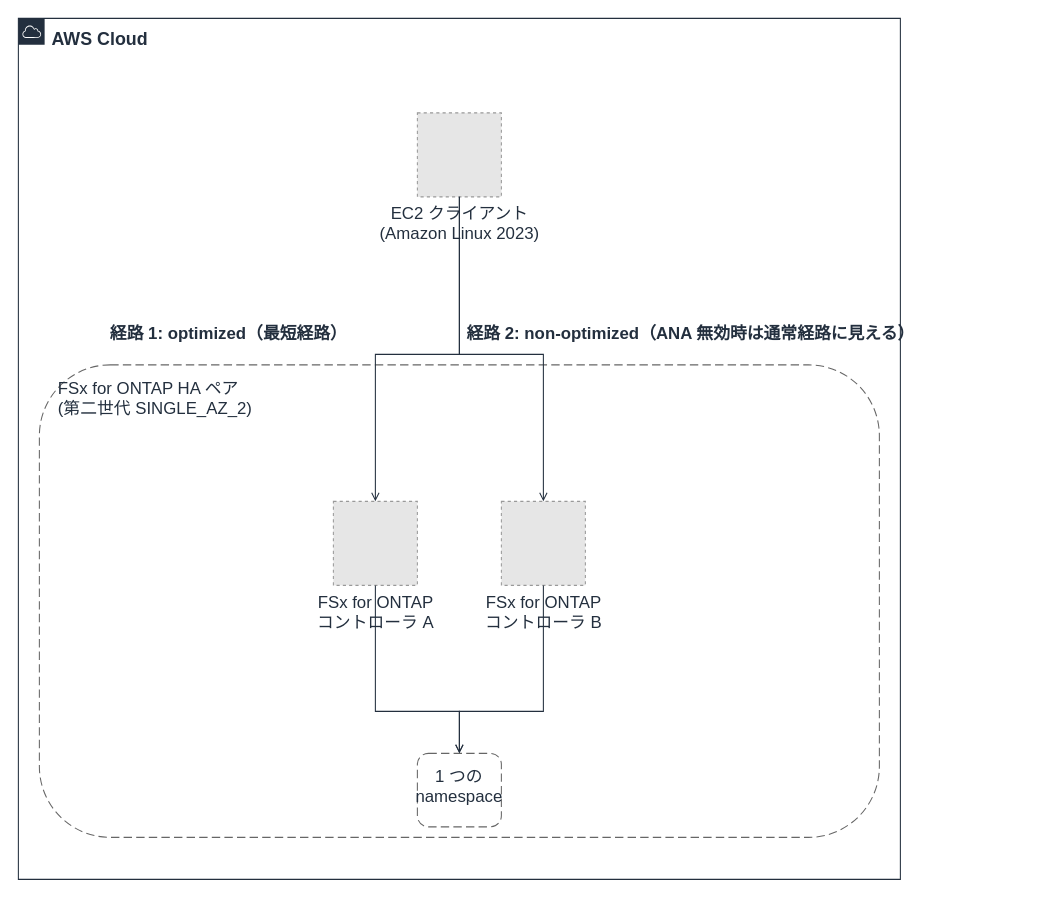
Earlier version of the draw.io diagram docs/_assets/diagrams/s3burst-block-b-multipath.drawio (Yoshiki0705/S3-Burst-on-ONTAP-Files). Source tidied: cells renumbered, new cells numbered last; positions are measured from the earlier drawing's top-left corner, leaving out a move shared by most shapes. Both pictures are drawn from the tidied source at 105%, with x=0, y=0 at pixel (18, 18). Pictures stored in the file or linked from it are replaced by grey dashed boxes.
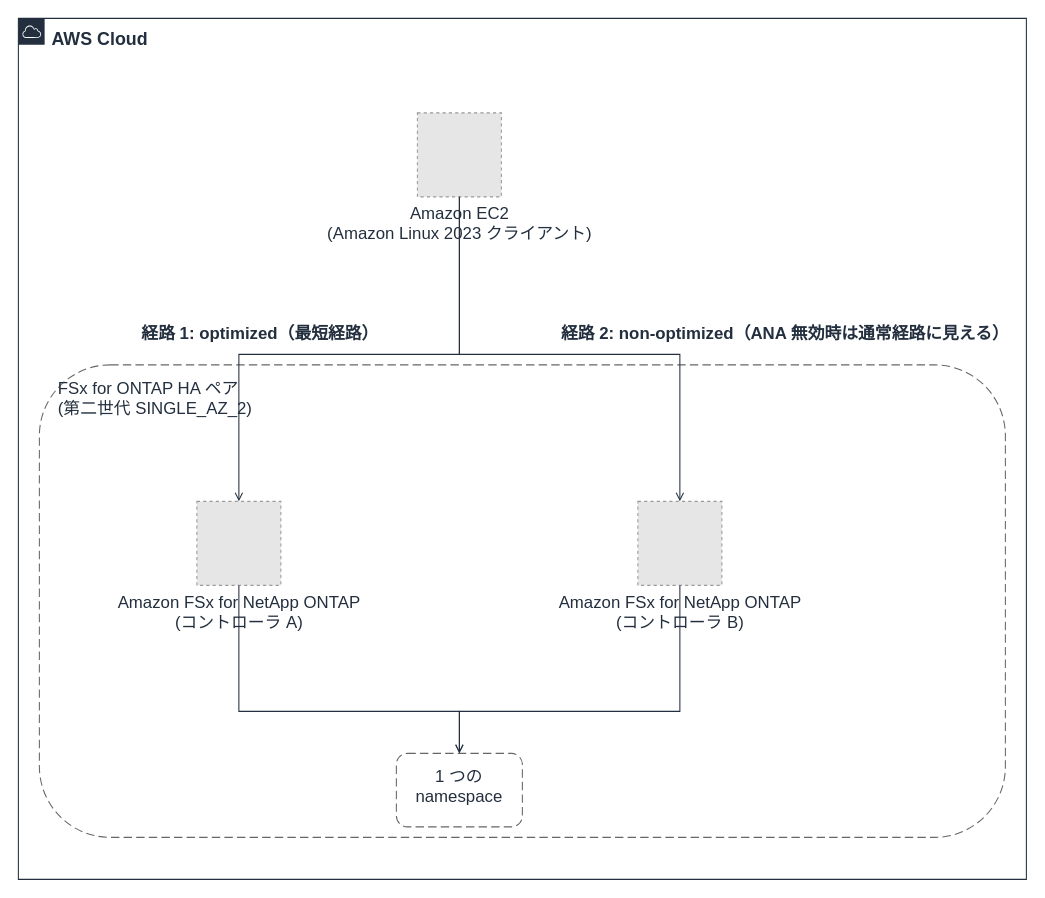
The same diagram, later.

The edit, as a diff of the source:
```diff
@@
     <mxCell id="2" value="AWS Cloud" style="gradientColor=none;html=1;whiteSpace=wrap;fontSize=17;fontStyle=1;fontColor=#232F3E;shape=mxgraph.aws4.group;grIcon=mxgraph.aws4.group_aws_cloud;strokeColor=#232F3E;fillColor=none;verticalAlign=top;align=left;spacingLeft=30;spacingTop=4;dashed=0;" parent="1" vertex="1">
-      <mxGeometry width="840" height="820" as="geometry" />
+      <mxGeometry width="960" height="820" as="geometry" />
     </mxCell>
     <mxCell id="3" value="FSx for ONTAP HA ペア&#10;(第二世代 SINGLE_AZ_2)" style="rounded=1;whiteSpace=wrap;html=1;dashed=1;dashPattern=8 4;strokeColor=#666666;fillColor=none;fontColor=#232F3E;fontSize=16;verticalAlign=top;align=left;spacingTop=6;spacingLeft=16;" parent="1" vertex="1">
-      <mxGeometry x="20" y="330" width="800" height="450" as="geometry" />
+      <mxGeometry x="20" y="330" width="920" height="450" as="geometry" />
     </mxCell>
     <mxCell id="4" value="1 つの namespace" style="rounded=1;whiteSpace=wrap;html=1;dashed=1;dashPattern=8 4;strokeColor=#666666;fillColor=none;fontColor=#232F3E;fontSize=16;verticalAlign=top;align=center;spacingTop=6;" parent="1" vertex="1">
-      <mxGeometry x="380" y="700" width="80" height="70" as="geometry" />
+      <mxGeometry x="360" y="700" width="120" height="70" as="geometry" />
     </mxCell>
     <mxCell id="5" value="経路 1: optimized（最短経路）" style="text;html=1;strokeColor=none;fillColor=none;align=center;verticalAlign=middle;fontSize=16;fontStyle=1;fontColor=#232F3E;" parent="1" vertex="1">
-      <mxGeometry y="280" width="400" height="40" as="geometry" />
+      <mxGeometry y="280" width="460" height="40" as="geometry" />
     </mxCell>
     <mxCell id="6" value="経路 2: non-optimized（ANA 無効時は通常経路に見える）" style="text;html=1;strokeColor=none;fillColor=none;align=center;verticalAlign=middle;fontSize=16;fontStyle=1;fontColor=#232F3E;" parent="1" vertex="1">
-      <mxGeometry x="440" y="280" width="400" height="40" as="geometry" />
+      <mxGeometry x="500" y="280" width="460" height="40" as="geometry" />
     </mxCell>
-    <mxCell id="7" value="EC2 クライアント&#10;(Amazon Linux 2023)" style="fillColor=#E6E6E6;strokeColor=#999999;dashed=1;html=1;verticalLabelPosition=bottom;verticalAlign=top;labelPosition=center;align=center;fontSize=16;fontColor=#232F3E;" parent="1" vertex="1">
+    <mxCell id="7" value="Amazon EC2&#10;(Amazon Linux 2023 クライアント)" style="fillColor=#E6E6E6;strokeColor=#999999;dashed=1;html=1;verticalLabelPosition=bottom;verticalAlign=top;labelPosition=center;align=center;fontSize=16;fontColor=#232F3E;" parent="1" vertex="1">
       <mxGeometry x="380" y="90" width="80" height="80" as="geometry" />
     </mxCell>
-    <mxCell id="8" value="FSx for ONTAP&#10;コントローラ A" style="fillColor=#E6E6E6;strokeColor=#999999;dashed=1;html=1;verticalLabelPosition=bottom;verticalAlign=top;labelPosition=center;align=center;fontSize=16;fontColor=#232F3E;" parent="1" vertex="1">
-      <mxGeometry x="300" y="460" width="80" height="80" as="geometry" />
+    <mxCell id="8" value="Amazon FSx for NetApp ONTAP&#10;(コントローラ A)" style="fillColor=#E6E6E6;strokeColor=#999999;dashed=1;html=1;verticalLabelPosition=bottom;verticalAlign=top;labelPosition=center;align=center;fontSize=16;fontColor=#232F3E;" parent="1" vertex="1">
+      <mxGeometry x="170" y="460" width="80" height="80" as="geometry" />
     </mxCell>
-    <mxCell id="9" value="FSx for ONTAP&#10;コントローラ B" style="fillColor=#E6E6E6;strokeColor=#999999;dashed=1;html=1;verticalLabelPosition=bottom;verticalAlign=top;labelPosition=center;align=center;fontSize=16;fontColor=#232F3E;" parent="1" vertex="1">
-      <mxGeometry x="460" y="460" width="80" height="80" as="geometry" />
+    <mxCell id="9" value="Amazon FSx for NetApp ONTAP&#10;(コントローラ B)" style="fillColor=#E6E6E6;strokeColor=#999999;dashed=1;html=1;verticalLabelPosition=bottom;verticalAlign=top;labelPosition=center;align=center;fontSize=16;fontColor=#232F3E;" parent="1" vertex="1">
+      <mxGeometry x="590" y="460" width="80" height="80" as="geometry" />
     </mxCell>
     <mxCell id="10" style="edgeStyle=orthogonalEdgeStyle;rounded=0;html=1;endArrow=open;endFill=0;strokeColor=#232F3E;strokeWidth=1;fontSize=16;fontColor=#232F3E;exitX=0.5;exitY=1.0;exitDx=0;exitDy=0;entryX=0.5;entryY=0.0;entryDx=0;entryDy=0;" parent="1" edge="1" source="7" target="8">
       <mxGeometry relative="1" as="geometry">
         <Array as="points">
           <mxPoint x="420" y="320" />
-          <mxPoint x="340" y="320" />
+          <mxPoint x="210" y="320" />
         </Array>
       </mxGeometry>
     </mxCell>
     <mxCell id="11" style="edgeStyle=orthogonalEdgeStyle;rounded=0;html=1;endArrow=open;endFill=0;strokeColor=#232F3E;strokeWidth=1;fontSize=16;fontColor=#232F3E;exitX=0.5;exitY=1.0;exitDx=0;exitDy=0;entryX=0.5;entryY=0.0;entryDx=0;entryDy=0;" parent="1" edge="1" source="7" target="9">
       <mxGeometry relative="1" as="geometry">
         <Array as="points">
           <mxPoint x="420" y="320" />
-          <mxPoint x="500" y="320" />
+          <mxPoint x="630" y="320" />
         </Array>
       </mxGeometry>
     </mxCell>
     <mxCell id="12" style="edgeStyle=orthogonalEdgeStyle;rounded=0;html=1;endArrow=open;endFill=0;strokeColor=#232F3E;strokeWidth=1;fontSize=16;fontColor=#232F3E;exitX=0.5;exitY=1.0;exitDx=0;exitDy=0;entryX=0.5;entryY=0.0;entryDx=0;entryDy=0;" parent="1" edge="1" source="8" target="4">
       <mxGeometry relative="1" as="geometry">
         <Array as="points">
-          <mxPoint x="340" y="660" />
+          <mxPoint x="210" y="660" />
           <mxPoint x="420" y="660" />
         </Array>
       </mxGeometry>
     </mxCell>
     <mxCell id="13" style="edgeStyle=orthogonalEdgeStyle;rounded=0;html=1;endArrow=open;endFill=0;strokeColor=#232F3E;strokeWidth=1;fontSize=16;fontColor=#232F3E;exitX=0.5;exitY=1.0;exitDx=0;exitDy=0;entryX=0.5;entryY=0.0;entryDx=0;entryDy=0;" parent="1" edge="1" source="9" target="4">
       <mxGeometry relative="1" as="geometry">
         <Array as="points">
-          <mxPoint x="500" y="660" />
+          <mxPoint x="630" y="660" />
           <mxPoint x="420" y="660" />
         </Array>
       </mxGeometry>
     </mxCell>
```
